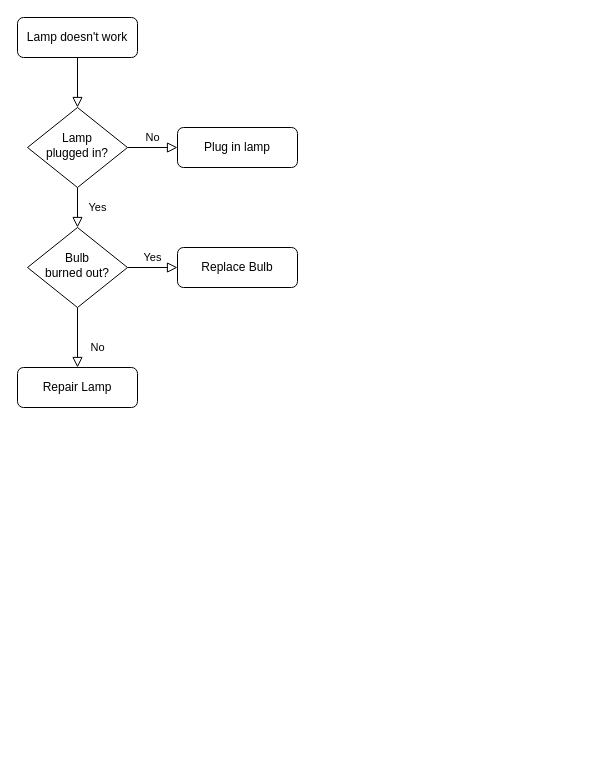
Earlier version of the draw.io diagram Untitled Diagram.drawio (MUMTAHINA-766/JobPortal_Diagrams). Source tidied: cells renumbered, new cells numbered last; positions are measured from the earlier drawing's top-left corner, leaving out a move shared by most shapes. Both pictures are drawn from the tidied source at 100%, with x=0, y=0 at pixel (17, 17).
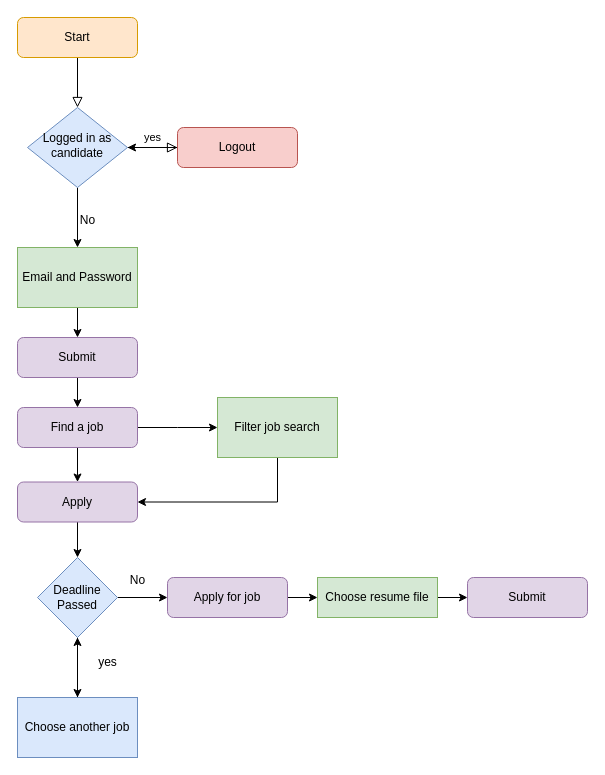
Above is the later version.

Commit message:
Candidate task Diagram.drawio

What changed in the source:
```diff
@@
-    <mxCell id="3" value="Lamp doesn't work" style="rounded=1;whiteSpace=wrap;html=1;fontSize=12;glass=0;strokeWidth=1;shadow=0;" parent="1" vertex="1">
+    <mxCell id="3" value="Start" style="rounded=1;whiteSpace=wrap;html=1;fontSize=12;glass=0;strokeWidth=1;shadow=0;fillColor=#ffe6cc;strokeColor=#d79b00;" parent="1" vertex="1">
       <mxGeometry width="120" height="40" as="geometry" />
     </mxCell>
-    <mxCell id="4" value="Yes" style="rounded=0;html=1;jettySize=auto;fontSize=11;endArrow=block;endFill=0;endSize=8;strokeWidth=1;shadow=0;labelBackgroundColor=none;edgeStyle=orthogonalEdgeStyle;" parent="1" edge="1" source="6" target="10">
-      <mxGeometry y="20" relative="1" as="geometry" />
-    </mxCell>
-    <mxCell id="5" value="No" style="edgeStyle=orthogonalEdgeStyle;rounded=0;html=1;jettySize=auto;fontSize=11;endArrow=block;endFill=0;endSize=8;strokeWidth=1;shadow=0;labelBackgroundColor=none;" parent="1" edge="1" source="6" target="7">
+    <mxCell id="5" value="yes" style="edgeStyle=orthogonalEdgeStyle;rounded=0;html=1;jettySize=auto;fontSize=11;endArrow=block;endFill=0;endSize=8;strokeWidth=1;shadow=0;labelBackgroundColor=none;" parent="1" edge="1" source="6" target="7">
       <mxGeometry y="10" relative="1" as="geometry" />
     </mxCell>
+    <mxCell id="13" style="edgeStyle=orthogonalEdgeStyle;rounded=0;jettySize=auto;html=1;" parent="1" edge="1" source="6" target="19">
+      <mxGeometry relative="1" as="geometry" />
+    </mxCell>
-    <mxCell id="6" value="Lamp&lt;br&gt;plugged in?" style="rhombus;whiteSpace=wrap;html=1;shadow=0;fontFamily=Helvetica;fontSize=12;align=center;strokeWidth=1;spacing=6;spacingTop=-4;" parent="1" vertex="1">
+    <mxCell id="6" value="Logged in as candidate" style="rhombus;whiteSpace=wrap;html=1;shadow=0;fontFamily=Helvetica;fontSize=12;align=center;strokeWidth=1;spacing=6;spacingTop=-4;fillColor=#dae8fc;strokeColor=#6c8ebf;" parent="1" vertex="1">
       <mxGeometry x="10" y="90" width="100" height="80" as="geometry" />
     </mxCell>
+    <mxCell id="14" style="edgeStyle=orthogonalEdgeStyle;rounded=0;jettySize=auto;html=1;" parent="1" edge="1" source="7" target="6">
+      <mxGeometry relative="1" as="geometry" />
+    </mxCell>
-    <mxCell id="7" value="Plug in lamp" style="rounded=1;whiteSpace=wrap;html=1;fontSize=12;glass=0;strokeWidth=1;shadow=0;" parent="1" vertex="1">
+    <mxCell id="7" value="Logout" style="rounded=1;whiteSpace=wrap;html=1;fontSize=12;glass=0;strokeWidth=1;shadow=0;fillColor=#f8cecc;strokeColor=#b85450;" parent="1" vertex="1">
       <mxGeometry x="160" y="110" width="120" height="40" as="geometry" />
     </mxCell>
-    <mxCell id="8" value="No" style="rounded=0;html=1;jettySize=auto;fontSize=11;endArrow=block;endFill=0;endSize=8;strokeWidth=1;shadow=0;labelBackgroundColor=none;edgeStyle=orthogonalEdgeStyle;" parent="1" edge="1" source="10" target="11">
-      <mxGeometry x="0.33" y="20" relative="1" as="geometry" />
-    </mxCell>
-    <mxCell id="9" value="Yes" style="edgeStyle=orthogonalEdgeStyle;rounded=0;html=1;jettySize=auto;fontSize=11;endArrow=block;endFill=0;endSize=8;strokeWidth=1;shadow=0;labelBackgroundColor=none;" parent="1" edge="1" source="10" target="12">
-      <mxGeometry y="10" relative="1" as="geometry" />
-    </mxCell>
-    <mxCell id="10" value="Bulb&lt;br&gt;burned out?" style="rhombus;whiteSpace=wrap;html=1;shadow=0;fontFamily=Helvetica;fontSize=12;align=center;strokeWidth=1;spacing=6;spacingTop=-4;" parent="1" vertex="1">
-      <mxGeometry x="10" y="210" width="100" height="80" as="geometry" />
-    </mxCell>
+    <mxCell id="15" style="edgeStyle=orthogonalEdgeStyle;rounded=0;jettySize=auto;html=1;" parent="1" edge="1" source="11" target="12">
+      <mxGeometry relative="1" as="geometry" />
+    </mxCell>
-    <mxCell id="11" value="Repair Lamp" style="rounded=1;whiteSpace=wrap;html=1;fontSize=12;glass=0;strokeWidth=1;shadow=0;" parent="1" vertex="1">
-      <mxGeometry y="350" width="120" height="40" as="geometry" />
+    <mxCell id="11" value="Submit" style="rounded=1;whiteSpace=wrap;html=1;fontSize=12;glass=0;strokeWidth=1;shadow=0;fillColor=#e1d5e7;strokeColor=#9673a6;" parent="1" vertex="1">
+      <mxGeometry y="320" width="120" height="40" as="geometry" />
     </mxCell>
+    <mxCell id="16" style="edgeStyle=orthogonalEdgeStyle;rounded=0;jettySize=auto;html=1;" parent="1" edge="1" source="12" target="22">
+      <mxGeometry relative="1" as="geometry" />
+    </mxCell>
+    <mxCell id="17" style="edgeStyle=orthogonalEdgeStyle;rounded=0;jettySize=auto;html=1;" parent="1" edge="1" source="12">
+      <mxGeometry relative="1" as="geometry">
+        <mxPoint x="200" y="410" as="targetPoint" />
+      </mxGeometry>
+    </mxCell>
-    <mxCell id="12" value="Replace Bulb" style="rounded=1;whiteSpace=wrap;html=1;fontSize=12;glass=0;strokeWidth=1;shadow=0;" parent="1" vertex="1">
-      <mxGeometry x="160" y="230" width="120" height="40" as="geometry" />
+    <mxCell id="12" value="Find a job" style="rounded=1;whiteSpace=wrap;html=1;fontSize=12;glass=0;strokeWidth=1;shadow=0;fillColor=#e1d5e7;strokeColor=#9673a6;" parent="1" vertex="1">
+      <mxGeometry y="390" width="120" height="40" as="geometry" />
     </mxCell>
+    <mxCell id="18" style="edgeStyle=orthogonalEdgeStyle;rounded=0;jettySize=auto;html=1;" parent="1" edge="1" source="19" target="11">
+      <mxGeometry relative="1" as="geometry" />
+    </mxCell>
+    <mxCell id="19" value="Email and Password" style="rounded=0;whiteSpace=wrap;html=1;fillColor=#d5e8d4;strokeColor=#82b366;" parent="1" vertex="1">
+      <mxGeometry y="230" width="120" height="60" as="geometry" />
+    </mxCell>
+    <mxCell id="20" value="No" style="text;html=1;align=center;verticalAlign=middle;strokeColor=none;fillColor=none;" parent="1" vertex="1">
+      <mxGeometry x="50" y="188" width="40" height="30" as="geometry" />
+    </mxCell>
+    <mxCell id="21" style="edgeStyle=orthogonalEdgeStyle;rounded=0;jettySize=auto;html=1;" parent="1" edge="1" source="22" target="32">
+      <mxGeometry relative="1" as="geometry" />
+    </mxCell>
+    <mxCell id="22" value="Apply" style="rounded=1;whiteSpace=wrap;html=1;glass=0;strokeWidth=1;shadow=0;fillColor=#e1d5e7;strokeColor=#9673a6;" parent="1" vertex="1">
+      <mxGeometry y="464.5" width="120" height="40" as="geometry" />
+    </mxCell>
+    <mxCell id="23" style="edgeStyle=orthogonalEdgeStyle;rounded=0;jettySize=auto;html=1;" parent="1" edge="1" source="24" target="26">
+      <mxGeometry relative="1" as="geometry" />
+    </mxCell>
+    <mxCell id="24" value="Apply for job" style="rounded=1;whiteSpace=wrap;html=1;fillColor=#e1d5e7;strokeColor=#9673a6;glass=0;strokeWidth=1;shadow=0;" parent="1" vertex="1">
+      <mxGeometry x="150" y="560" width="120" height="40" as="geometry" />
+    </mxCell>
+    <mxCell id="25" style="edgeStyle=orthogonalEdgeStyle;rounded=0;jettySize=auto;html=1;" parent="1" edge="1" source="26" target="27">
+      <mxGeometry relative="1" as="geometry" />
+    </mxCell>
+    <mxCell id="26" value="Choose resume file" style="rounded=0;whiteSpace=wrap;html=1;fillColor=#d5e8d4;strokeColor=#82b366;" parent="1" vertex="1">
+      <mxGeometry x="300" y="560" width="120" height="40" as="geometry" />
+    </mxCell>
+    <mxCell id="27" value="Submit" style="rounded=1;whiteSpace=wrap;html=1;fillColor=#e1d5e7;strokeColor=#9673a6;" parent="1" vertex="1">
+      <mxGeometry x="450" y="560" width="120" height="40" as="geometry" />
+    </mxCell>
+    <mxCell id="28" style="edgeStyle=orthogonalEdgeStyle;rounded=0;jettySize=auto;html=1;entryX=1;entryY=0.5;entryDx=0;entryDy=0;" parent="1" edge="1" source="29" target="22">
+      <mxGeometry relative="1" as="geometry">
+        <Array as="points">
+          <mxPoint x="260" y="485" />
+        </Array>
+      </mxGeometry>
+    </mxCell>
+    <mxCell id="29" value="Filter job search" style="rounded=0;whiteSpace=wrap;html=1;fillColor=#d5e8d4;strokeColor=#82b366;" parent="1" vertex="1">
+      <mxGeometry x="200" y="380" width="120" height="60" as="geometry" />
+    </mxCell>
+    <mxCell id="30" style="edgeStyle=orthogonalEdgeStyle;rounded=0;jettySize=auto;html=1;" parent="1" edge="1" source="32" target="24">
+      <mxGeometry relative="1" as="geometry" />
+    </mxCell>
+    <mxCell id="31" style="edgeStyle=orthogonalEdgeStyle;rounded=0;jettySize=auto;html=1;" parent="1" edge="1" source="32" target="35">
+      <mxGeometry relative="1" as="geometry" />
+    </mxCell>
+    <mxCell id="32" value="Deadline Passed" style="rhombus;whiteSpace=wrap;html=1;fillColor=#dae8fc;strokeColor=#6c8ebf;" parent="1" vertex="1">
+      <mxGeometry x="20" y="540" width="80" height="80" as="geometry" />
+    </mxCell>
+    <mxCell id="33" value="No" style="text;html=1;align=center;verticalAlign=middle;strokeColor=none;fillColor=none;" parent="1" vertex="1">
+      <mxGeometry x="100" y="548" width="40" height="30" as="geometry" />
+    </mxCell>
+    <mxCell id="34" style="edgeStyle=orthogonalEdgeStyle;rounded=0;jettySize=auto;html=1;entryX=0.5;entryY=1;entryDx=0;entryDy=0;" parent="1" edge="1" source="35" target="32">
+      <mxGeometry relative="1" as="geometry" />
+    </mxCell>
+    <mxCell id="35" value="Choose another job" style="whiteSpace=wrap;html=1;fillColor=#dae8fc;strokeColor=#6c8ebf;" parent="1" vertex="1">
+      <mxGeometry y="680" width="120" height="60" as="geometry" />
+    </mxCell>
+    <mxCell id="36" value="yes" style="text;html=1;align=center;verticalAlign=middle;strokeColor=none;fillColor=none;" parent="1" vertex="1">
+      <mxGeometry x="70" y="630" width="40" height="30" as="geometry" />
+    </mxCell>
```
